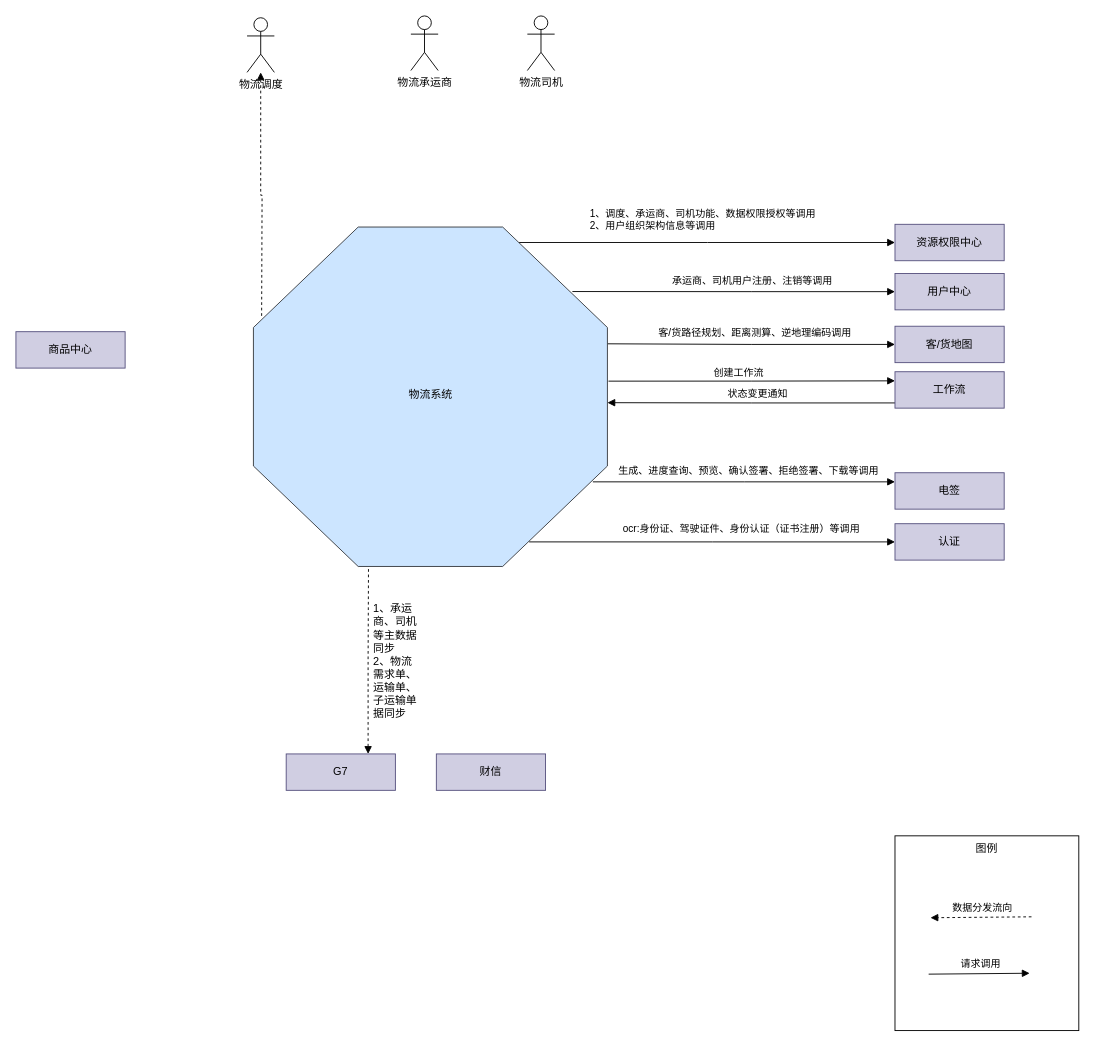
Earlier version of the draw.io diagram page "物流系统" (9 of 14) of docs/自营重构2.drawio (lokiworks/codebase). Source tidied: cells renumbered, new cells numbered last; positions are measured from the earlier drawing's top-left corner, leaving out a move shared by most shapes. Both pictures are drawn from the tidied source at 91%, with x=0, y=0 at pixel (15, 15).
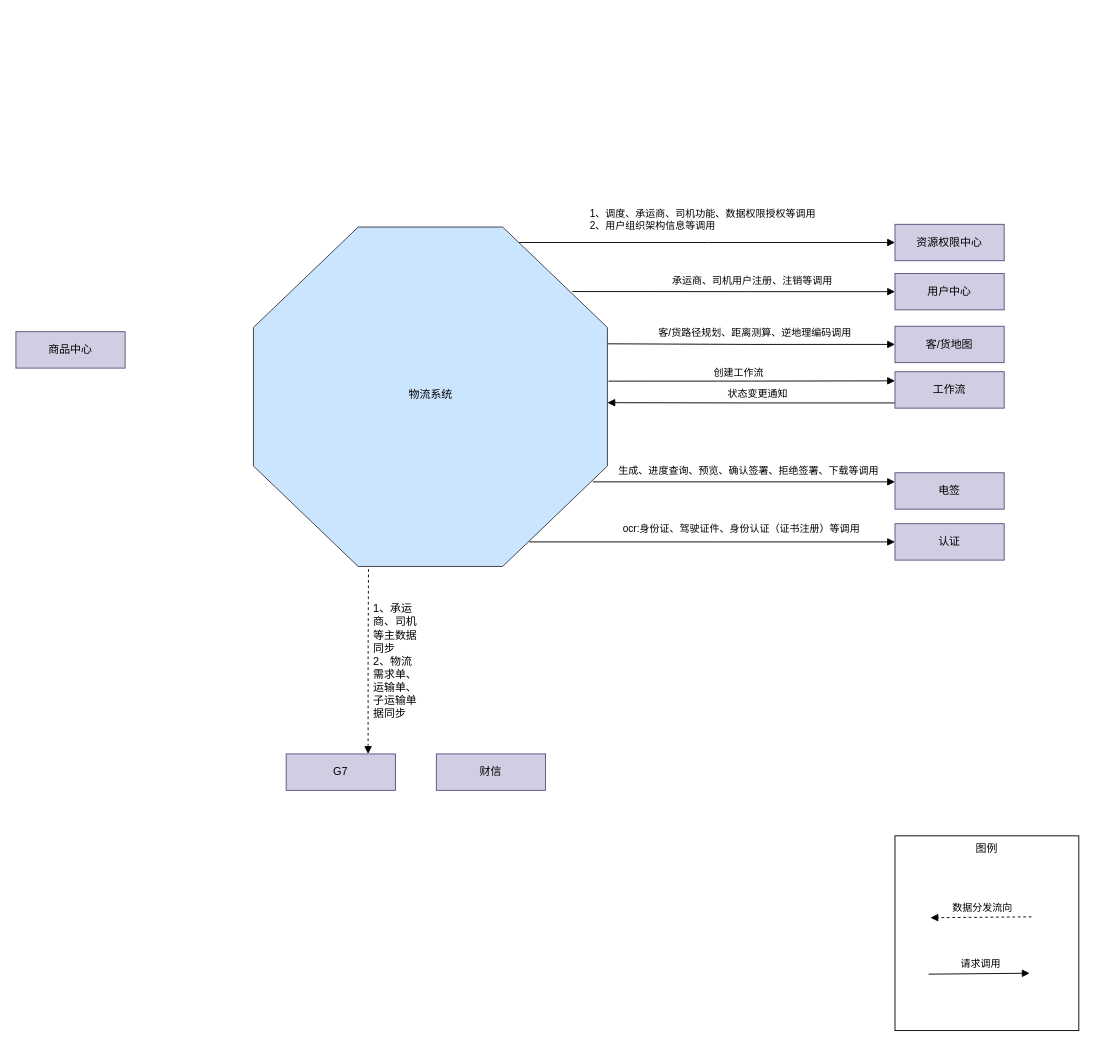
The same page after the edit.

The edit, as a diff of the source:
```diff
@@
-    <mxCell id="34" style="edgeStyle=orthogonalEdgeStyle;rounded=0;jettySize=auto;html=1;dashed=1;startArrow=block;startFill=1;endArrow=none;endFill=0;" parent="1" edge="1" source="35">
-      <mxGeometry relative="1" as="geometry">
-        <mxPoint x="270" y="332" as="targetPoint" />
-      </mxGeometry>
-    </mxCell>
-    <mxCell id="35" value="物流调度" style="shape=umlActor;verticalLabelPosition=bottom;verticalAlign=top;html=1;outlineConnect=0;strokeColor=default;" parent="1" vertex="1">
-      <mxGeometry x="254" y="2" width="30" height="60" as="geometry" />
-    </mxCell>
-    <mxCell id="36" value="物流承运商" style="shape=umlActor;verticalLabelPosition=bottom;verticalAlign=top;html=1;strokeColor=default;" parent="1" vertex="1">
-      <mxGeometry x="434" width="30" height="60" as="geometry" />
-    </mxCell>
-    <mxCell id="37" value="物流司机" style="shape=umlActor;verticalLabelPosition=bottom;verticalAlign=top;html=1;strokeColor=default;" parent="1" vertex="1">
-      <mxGeometry x="562" width="30" height="60" as="geometry" />
-    </mxCell>
```
